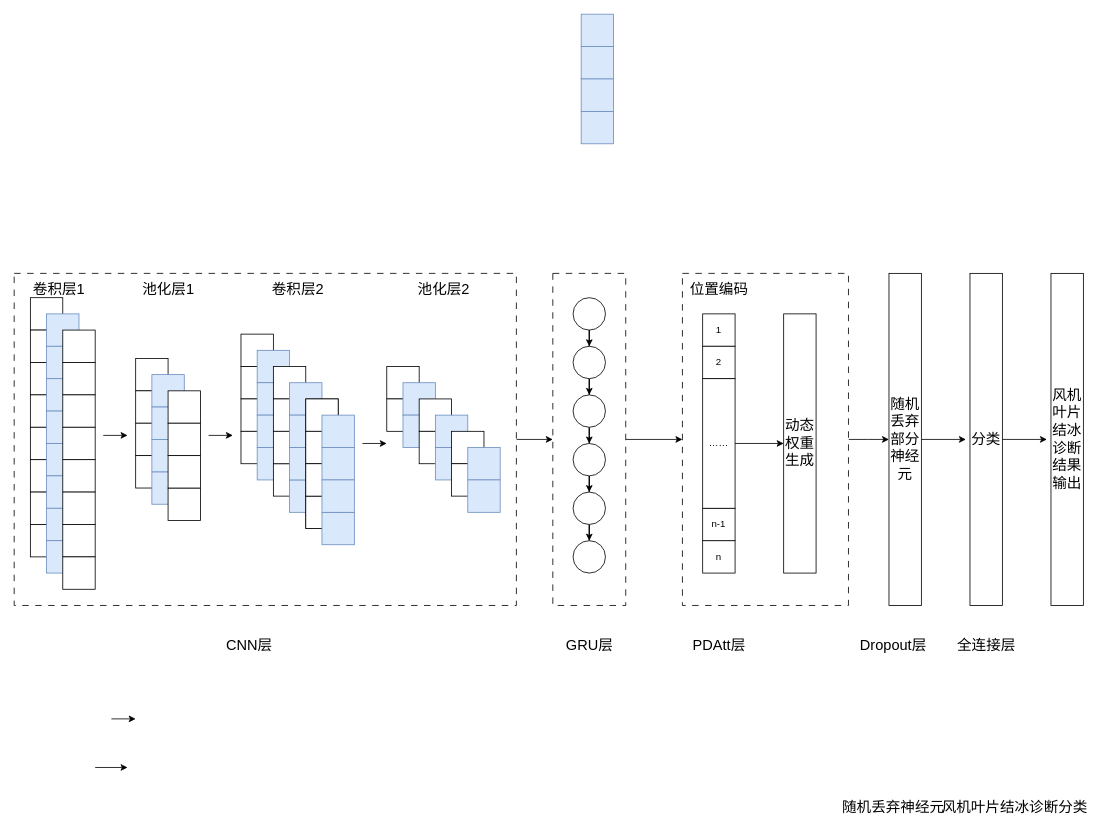
Above: CNN-GRU框架图.drawio in Abccccd/-2 (draw.io), before the change. Source tidied: cells renumbered, new cells numbered last; positions are measured from the earlier drawing's top-left corner, leaving out a move shared by most shapes. Both pictures are drawn from the tidied source at 81%, with x=0, y=0 at pixel (14, 14).
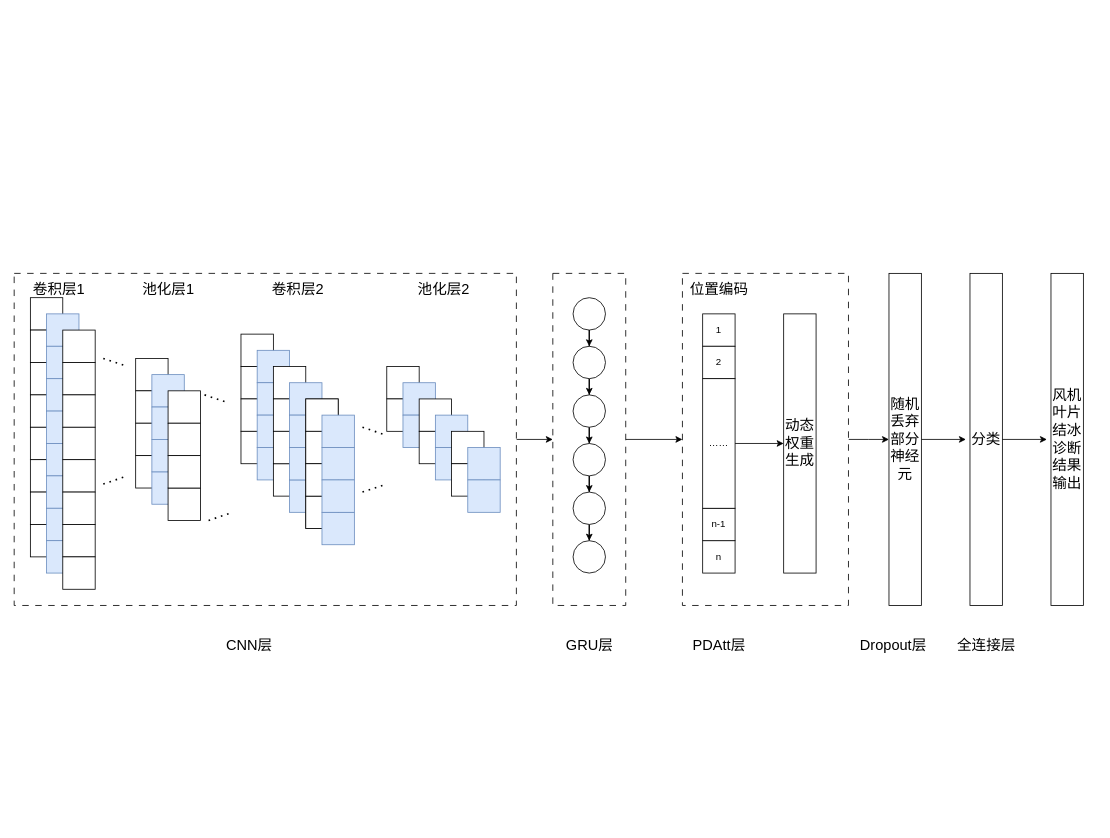
The same page after the edit.

Commit message:
更新CNN-GRU框架图.drawio

Change to the diagram source:
```diff
@@
-    <mxCell id="8" style="rounded=0;whiteSpace=wrap;html=1;fillColor=#dae8fc;strokeColor=#6c8ebf;" parent="1" vertex="1">
-      <mxGeometry x="700" width="40" height="40" as="geometry" />
-    </mxCell>
-    <mxCell id="9" style="rounded=0;whiteSpace=wrap;html=1;fillColor=#dae8fc;strokeColor=#6c8ebf;" parent="1" vertex="1">
-      <mxGeometry x="700" y="120" width="40" height="40" as="geometry" />
-    </mxCell>
-    <mxCell id="10" style="rounded=0;whiteSpace=wrap;html=1;fillColor=#dae8fc;strokeColor=#6c8ebf;" parent="1" vertex="1">
-      <mxGeometry x="700" y="40" width="40" height="40" as="geometry" />
-    </mxCell>
-    <mxCell id="11" style="rounded=0;whiteSpace=wrap;html=1;fillColor=#dae8fc;strokeColor=#6c8ebf;" parent="1" vertex="1">
-      <mxGeometry x="700" y="80" width="40" height="40" as="geometry" />
-    </mxCell>
@@
-    <mxCell id="120" value="&lt;span style=&quot;font-size: 18px;&quot;&gt;随机丢弃神经元&lt;/span&gt;" style="text;html=1;align=center;verticalAlign=middle;strokeColor=none;fillColor=none;" parent="1" vertex="1">
-      <mxGeometry x="1010" y="960" width="150" height="40" as="geometry" />
-    </mxCell>
-    <mxCell id="121" value="&lt;span style=&quot;font-size: 18px;&quot;&gt;风机叶片结冰诊断分类&lt;/span&gt;" style="text;html=1;align=center;verticalAlign=middle;strokeColor=none;fillColor=none;" parent="1" vertex="1">
-      <mxGeometry x="1135" y="960" width="200" height="40" as="geometry" />
-    </mxCell>
-    <mxCell id="122" style="endArrow=classic;html=1;rounded=0;" parent="1" edge="1">
-      <mxGeometry relative="1" as="geometry">
-        <mxPoint x="100" y="930" as="sourcePoint" />
-        <mxPoint x="140" y="930" as="targetPoint" />
-      </mxGeometry>
-    </mxCell>
-    <mxCell id="123" style="endArrow=classic;html=1;rounded=0;" parent="1" edge="1">
-      <mxGeometry relative="1" as="geometry">
-        <mxPoint x="110" y="520" as="sourcePoint" />
-        <mxPoint x="140" y="520" as="targetPoint" />
-      </mxGeometry>
-    </mxCell>
-    <mxCell id="124" style="endArrow=classic;html=1;rounded=0;" parent="1" edge="1">
-      <mxGeometry relative="1" as="geometry">
-        <mxPoint x="120" y="870" as="sourcePoint" />
-        <mxPoint x="150" y="870" as="targetPoint" />
-      </mxGeometry>
-    </mxCell>
-    <mxCell id="125" style="endArrow=classic;html=1;rounded=0;" parent="1" edge="1">
-      <mxGeometry relative="1" as="geometry">
-        <mxPoint x="240" y="520" as="sourcePoint" />
-        <mxPoint x="270" y="520" as="targetPoint" />
-      </mxGeometry>
-    </mxCell>
-    <mxCell id="126" style="endArrow=classic;html=1;rounded=0;" parent="1" edge="1">
-      <mxGeometry relative="1" as="geometry">
-        <mxPoint x="430" y="530" as="sourcePoint" />
-        <mxPoint x="460" y="530" as="targetPoint" />
-      </mxGeometry>
-    </mxCell>
@@
+    <mxCell id="132" style="endArrow=none;dashed=1;html=1;dashPattern=1 3;strokeWidth=2;rounded=0;" parent="1" edge="1">
+      <mxGeometry relative="1" as="geometry">
+        <mxPoint x="110" y="425" as="sourcePoint" />
+        <mxPoint x="140" y="435" as="targetPoint" />
+      </mxGeometry>
+    </mxCell>
+    <mxCell id="133" style="endArrow=none;dashed=1;html=1;dashPattern=1 3;strokeWidth=2;rounded=0;" parent="1" edge="1">
+      <mxGeometry relative="1" as="geometry">
+        <mxPoint x="110" y="580" as="sourcePoint" />
+        <mxPoint x="140" y="570" as="targetPoint" />
+      </mxGeometry>
+    </mxCell>
+    <mxCell id="134" style="endArrow=none;dashed=1;html=1;dashPattern=1 3;strokeWidth=2;rounded=0;" parent="1" edge="1">
+      <mxGeometry relative="1" as="geometry">
+        <mxPoint x="235" y="470" as="sourcePoint" />
+        <mxPoint x="265" y="480" as="targetPoint" />
+      </mxGeometry>
+    </mxCell>
+    <mxCell id="135" style="endArrow=none;dashed=1;html=1;dashPattern=1 3;strokeWidth=2;rounded=0;" parent="1" edge="1">
+      <mxGeometry relative="1" as="geometry">
+        <mxPoint x="240" y="625" as="sourcePoint" />
+        <mxPoint x="270" y="615" as="targetPoint" />
+      </mxGeometry>
+    </mxCell>
+    <mxCell id="136" style="endArrow=none;dashed=1;html=1;dashPattern=1 3;strokeWidth=2;rounded=0;" parent="1" edge="1">
+      <mxGeometry relative="1" as="geometry">
+        <mxPoint x="430" y="510" as="sourcePoint" />
+        <mxPoint x="460" y="520" as="targetPoint" />
+      </mxGeometry>
+    </mxCell>
+    <mxCell id="137" style="endArrow=none;dashed=1;html=1;dashPattern=1 3;strokeWidth=2;rounded=0;" parent="1" edge="1">
+      <mxGeometry relative="1" as="geometry">
+        <mxPoint x="430" y="590" as="sourcePoint" />
+        <mxPoint x="460" y="580" as="targetPoint" />
+      </mxGeometry>
+    </mxCell>
```
